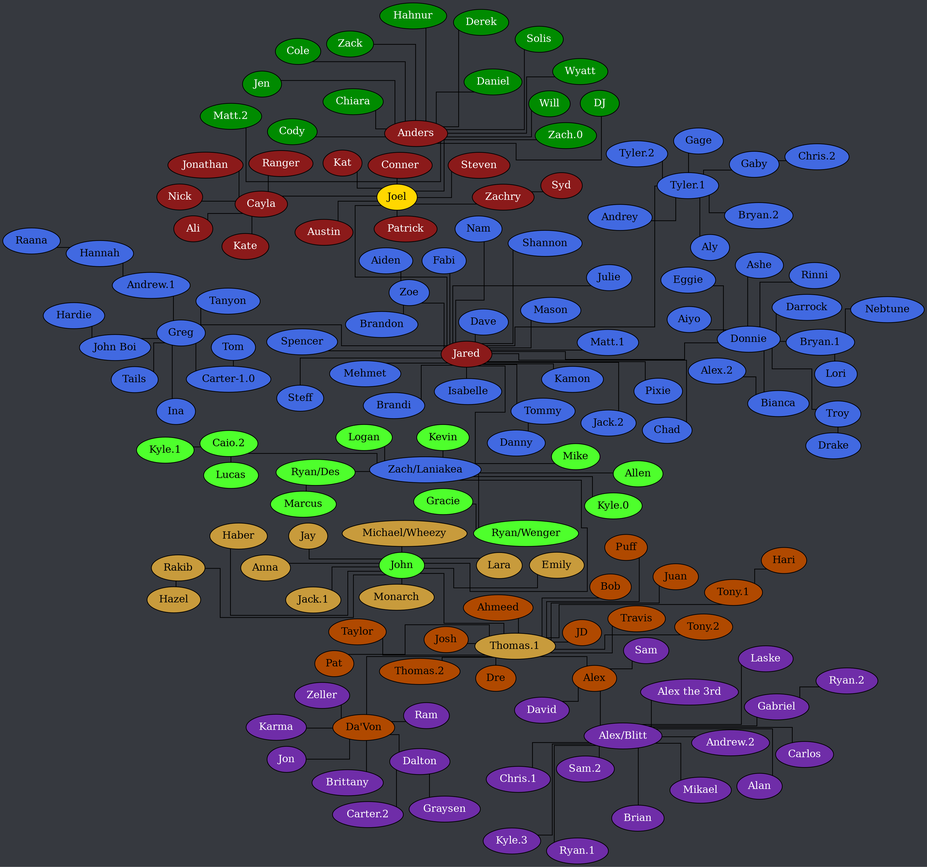
Documidas/CoronaCatzFamilyTree keeps this Graphviz diagram as tree.png. Above is the earlier version. Its source is kept beside it as tree.dot.
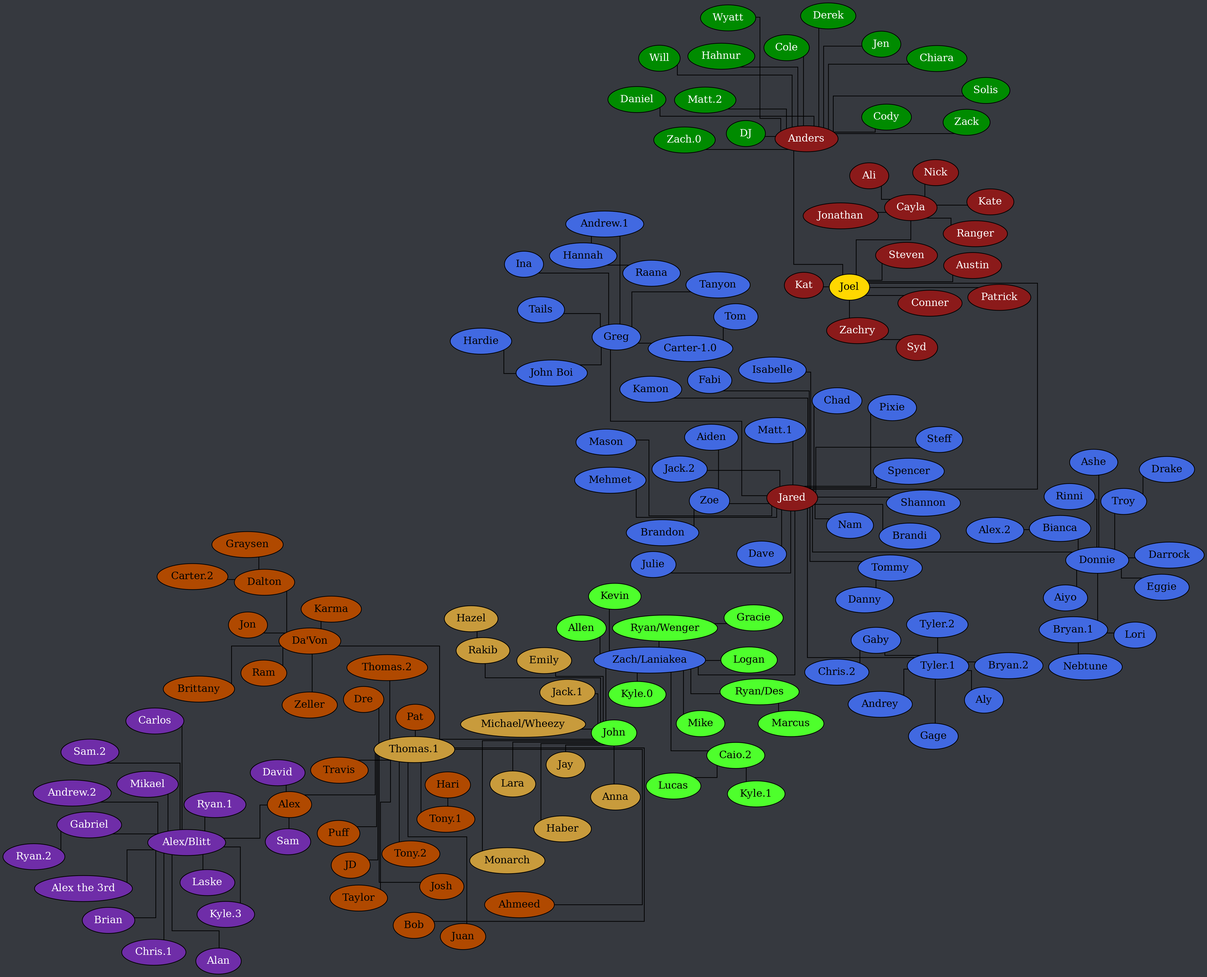
The same file after the commit.

Commit message:
Move Da'Von to Thomas.

Change to the diagram source:
```diff
@@ -152,6 +152,14 @@
 	subgraph "Thomas.1" {
 		node [ style=filled fillcolor="#b04900" fontcolor="black" ];
 
+		"Da'Von" -- Brittany;
+		"Da'Von" -- Dalton;
+		"Da'Von" -- Jon;
+		"Da'Von" -- Karma;
+		"Da'Von" -- Ram;
+		"Da'Von" -- Zeller;
+		Dalton -- "Carter.2";
+		Dalton -- Graysen;
 		"Thomas.1" -- Ahmeed;
 		"Thomas.1" -- Alex;
 		"Thomas.1" -- Bob;
@@ -188,14 +196,6 @@
 		"Alex/Blitt" -- Mikael;
 		"Alex/Blitt" -- "Ryan.1";
 		"Alex/Blitt" -- "Sam.2";
-		"Da'Von" -- Brittany;
-		"Da'Von" -- Dalton;
-		"Da'Von" -- Jon;
-		"Da'Von" -- Karma;
-		"Da'Von" -- Ram;
-		"Da'Von" -- Zeller;
-		Dalton -- "Carter.2";
-		Dalton -- Graysen;
 		Gabriel -- "Ryan.2";
 	}
 }
```
